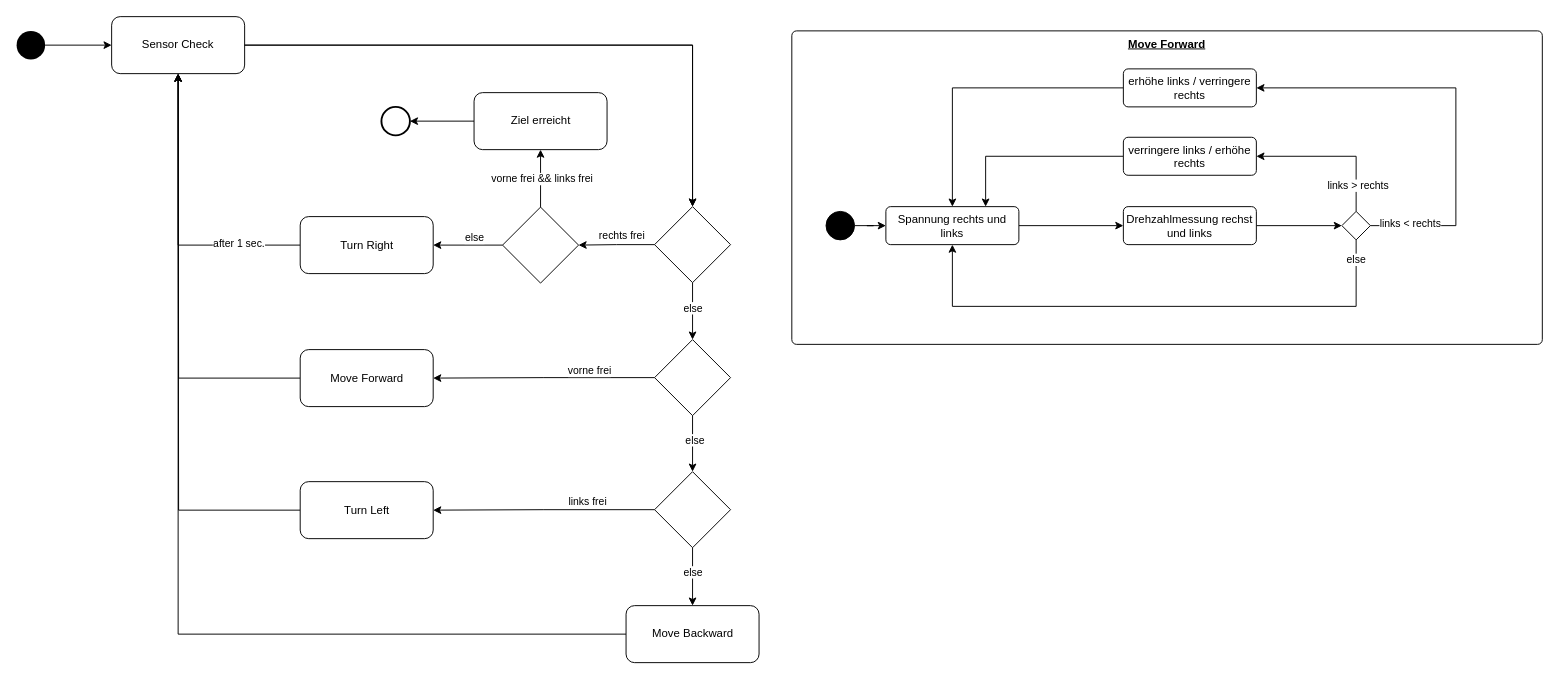
Earlier version of the draw.io diagram page "State Machine for Right-Hand Rule" (1 of 4) of doc/Statemachine.drawio (frankbits/MobileRobotik_WS202425). Source tidied: cells renumbered, new cells numbered last; positions are measured from the earlier drawing's top-left corner, leaving out a move shared by most shapes. Both pictures are drawn from the tidied source at 95%, with x=0, y=0 at pixel (16, 16).
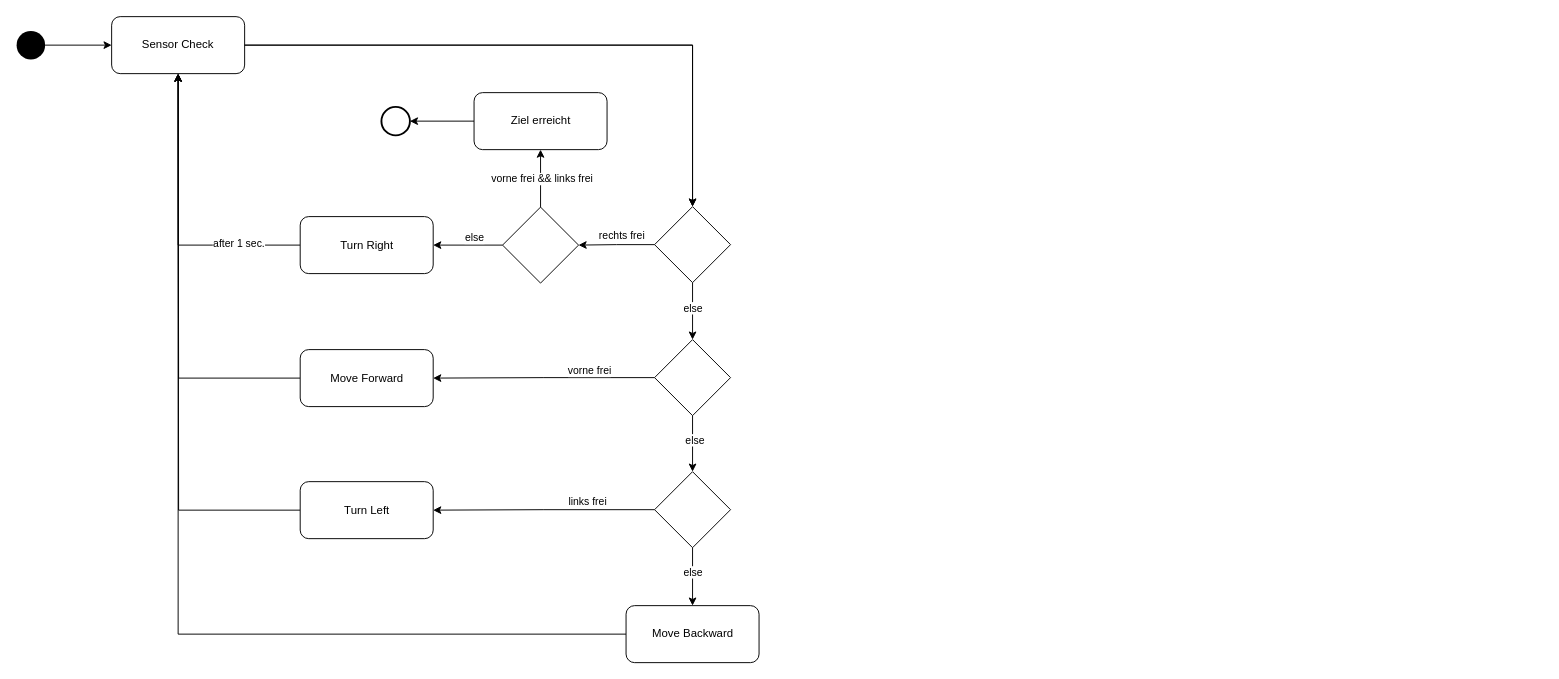
The same diagram, later.

Diff of the diagram source:
```diff
@@
-    <mxCell id="2" value="&lt;u&gt;&lt;b&gt;Move Forward&lt;/b&gt;&lt;/u&gt;" style="html=1;align=center;verticalAlign=top;rounded=1;absoluteArcSize=1;arcSize=10;dashed=0;whiteSpace=wrap;" parent="1" vertex="1">
-      <mxGeometry x="816" y="15" width="790" height="330" as="geometry" />
-    </mxCell>
@@
-    <mxCell id="40" style="edgeStyle=orthogonalEdgeStyle;rounded=0;jettySize=auto;html=1;entryX=0;entryY=0.5;entryDx=0;entryDy=0;" parent="1" edge="1" source="41" target="43">
-      <mxGeometry relative="1" as="geometry" />
-    </mxCell>
-    <mxCell id="41" style="ellipse;fillColor=strokeColor;html=1;" parent="1" vertex="1">
-      <mxGeometry x="852" y="205" width="30" height="30" as="geometry" />
-    </mxCell>
-    <mxCell id="42" style="edgeStyle=orthogonalEdgeStyle;rounded=0;jettySize=auto;html=1;entryX=0;entryY=0.5;entryDx=0;entryDy=0;" parent="1" edge="1" source="43" target="45">
-      <mxGeometry relative="1" as="geometry" />
-    </mxCell>
-    <mxCell id="43" value="Spannung rechts und links" style="html=1;align=center;verticalAlign=top;rounded=1;absoluteArcSize=1;arcSize=10;dashed=0;whiteSpace=wrap;" parent="1" vertex="1">
-      <mxGeometry x="915" y="200" width="140" height="40" as="geometry" />
-    </mxCell>
-    <mxCell id="44" style="edgeStyle=orthogonalEdgeStyle;rounded=0;jettySize=auto;html=1;entryX=0;entryY=0.5;entryDx=0;entryDy=0;" parent="1" edge="1" source="45" target="52">
-      <mxGeometry relative="1" as="geometry" />
-    </mxCell>
-    <mxCell id="45" value="Drehzahlmessung rechst und links" style="html=1;align=center;verticalAlign=top;rounded=1;absoluteArcSize=1;arcSize=10;dashed=0;whiteSpace=wrap;" parent="1" vertex="1">
-      <mxGeometry x="1165" y="200" width="140" height="40" as="geometry" />
-    </mxCell>
-    <mxCell id="46" style="edgeStyle=orthogonalEdgeStyle;rounded=0;jettySize=auto;html=1;entryX=1;entryY=0.5;entryDx=0;entryDy=0;exitX=0.5;exitY=0;exitDx=0;exitDy=0;" parent="1" edge="1" source="52" target="54">
-      <mxGeometry relative="1" as="geometry">
-        <Array as="points">
-          <mxPoint x="1410" y="147" />
-        </Array>
-      </mxGeometry>
-    </mxCell>
-    <mxCell id="47" value="links &amp;gt; rechts" style="edgeLabel;html=1;align=center;verticalAlign=middle;" parent="46" vertex="1">
-      <mxGeometry x="-0.23" relative="1" as="geometry">
-        <mxPoint x="6" y="30" as="offset" />
-      </mxGeometry>
-    </mxCell>
-    <mxCell id="48" style="edgeStyle=orthogonalEdgeStyle;rounded=0;jettySize=auto;html=1;entryX=0.5;entryY=1;entryDx=0;entryDy=0;" parent="1" edge="1" source="52" target="43">
-      <mxGeometry relative="1" as="geometry">
-        <Array as="points">
-          <mxPoint x="1410" y="305" />
-          <mxPoint x="985" y="305" />
-        </Array>
-      </mxGeometry>
-    </mxCell>
-    <mxCell id="49" value="else" style="edgeLabel;html=1;align=center;verticalAlign=middle;" parent="48" vertex="1">
-      <mxGeometry x="-0.14" y="1" relative="1" as="geometry">
-        <mxPoint x="170" y="-51" as="offset" />
-      </mxGeometry>
-    </mxCell>
-    <mxCell id="50" style="edgeStyle=orthogonalEdgeStyle;rounded=0;jettySize=auto;html=1;entryX=1;entryY=0.5;entryDx=0;entryDy=0;" parent="1" edge="1" source="52" target="56">
-      <mxGeometry relative="1" as="geometry">
-        <Array as="points">
-          <mxPoint x="1515" y="220" />
-          <mxPoint x="1515" y="75" />
-        </Array>
-      </mxGeometry>
-    </mxCell>
-    <mxCell id="51" value="links &amp;lt; rechts" style="edgeLabel;html=1;align=center;verticalAlign=middle;" parent="50" vertex="1">
-      <mxGeometry x="-0.33" y="-1" relative="1" as="geometry">
-        <mxPoint x="-50" y="56" as="offset" />
-      </mxGeometry>
-    </mxCell>
-    <mxCell id="52" style="rhombus;" parent="1" vertex="1">
-      <mxGeometry x="1395" y="205" width="30" height="30" as="geometry" />
-    </mxCell>
-    <mxCell id="53" style="edgeStyle=orthogonalEdgeStyle;rounded=0;jettySize=auto;html=1;entryX=0.75;entryY=0;entryDx=0;entryDy=0;" parent="1" edge="1" source="54" target="43">
-      <mxGeometry relative="1" as="geometry" />
-    </mxCell>
-    <mxCell id="54" value="verringere links / erhöhe rechts" style="html=1;align=center;verticalAlign=top;rounded=1;absoluteArcSize=1;arcSize=10;dashed=0;whiteSpace=wrap;" parent="1" vertex="1">
-      <mxGeometry x="1165" y="127" width="140" height="40" as="geometry" />
-    </mxCell>
-    <mxCell id="55" style="edgeStyle=orthogonalEdgeStyle;rounded=0;jettySize=auto;html=1;entryX=0.5;entryY=0;entryDx=0;entryDy=0;" parent="1" edge="1" source="56" target="43">
-      <mxGeometry relative="1" as="geometry" />
-    </mxCell>
-    <mxCell id="56" value="erhöhe links / verringere rechts" style="html=1;align=center;verticalAlign=top;rounded=1;absoluteArcSize=1;arcSize=10;dashed=0;whiteSpace=wrap;" parent="1" vertex="1">
-      <mxGeometry x="1165" y="55" width="140" height="40" as="geometry" />
-    </mxCell>
```
